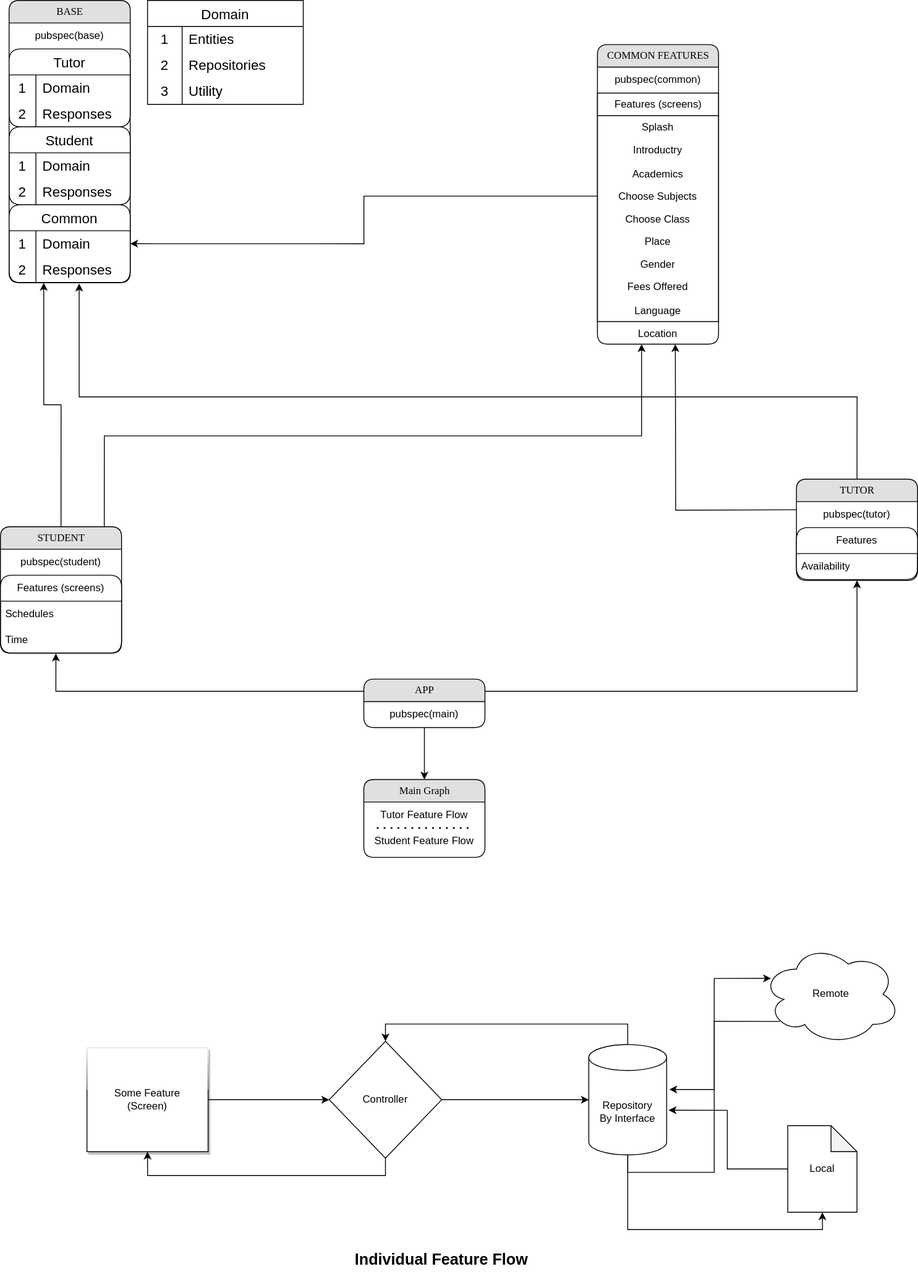
This is tutor_student_app_architechture.drawio.svg from rohit7823/web_socket_example, a draw.io export, as it was before one commit. Source tidied: cells renumbered, new cells last; positions are measured from the earlier drawing's top-left corner, leaving out a move shared by most shapes.
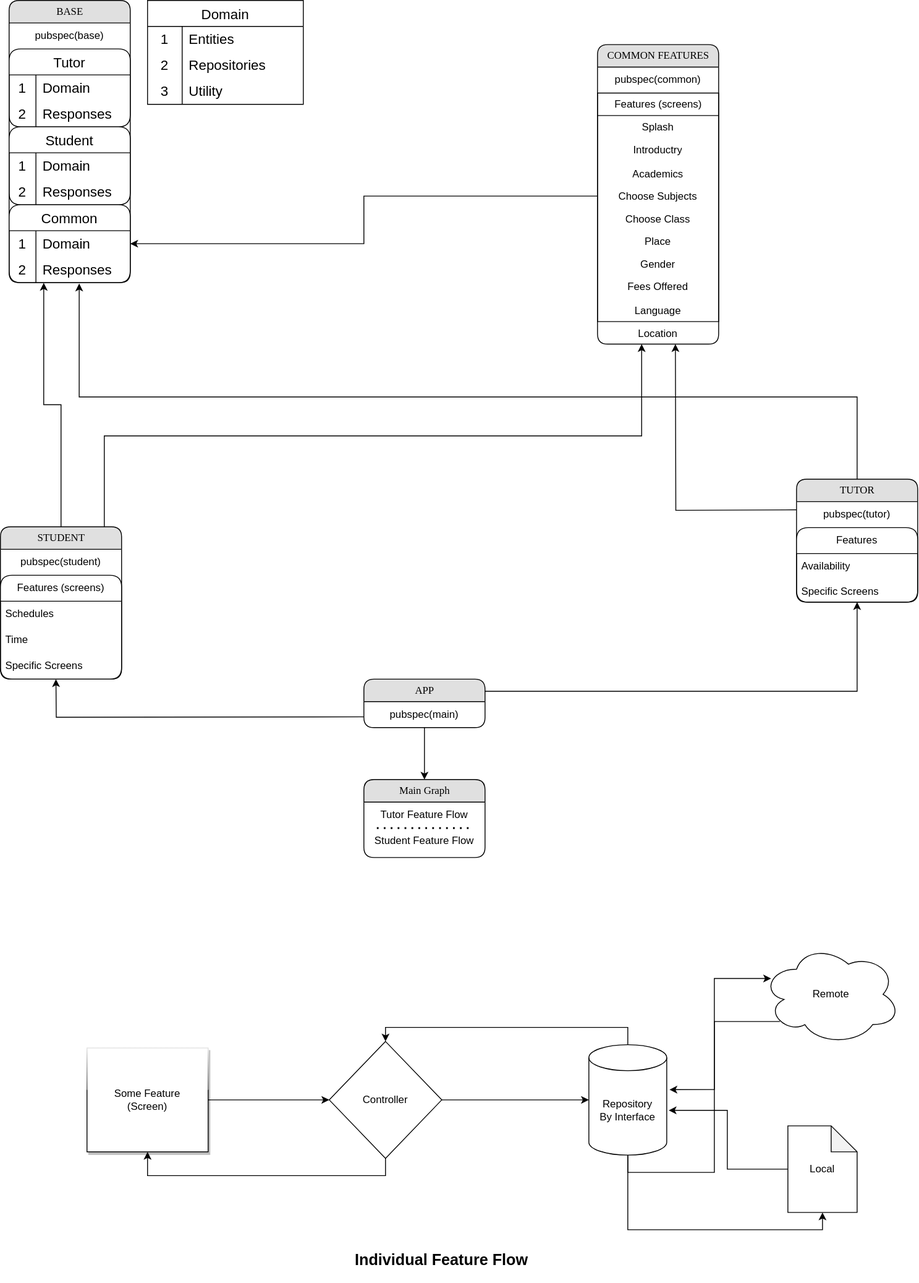
The same diagram one commit later.

Change to the diagram source:
```diff
@@ -33,13 +33,13 @@
       <mxGeometry relative="1" as="geometry" />
     </mxCell>
     <mxCell id="10" value="STUDENT" style="swimlane;html=1;fontStyle=0;horizontal=1;startSize=26;fillColor=#e0e0e0;swimlaneFillColor=#ffffff;align=center;rounded=1;shadow=0;comic=0;labelBackgroundColor=none;strokeWidth=1;fontFamily=Verdana;fontSize=12;" parent="1" vertex="1">
-      <mxGeometry y="608" width="140" height="146" as="geometry" />
+      <mxGeometry y="608" width="140" height="176" as="geometry" />
     </mxCell>
     <mxCell id="11" value="pubspec(student)" style="text;html=1;strokeColor=none;fillColor=none;align=center;verticalAlign=middle;whiteSpace=wrap;rounded=0;" parent="10" vertex="1">
       <mxGeometry y="26" width="140" height="30" as="geometry" />
     </mxCell>
     <mxCell id="12" value="Features (screens)" style="swimlane;fontStyle=0;horizontal=1;startSize=30;whiteSpace=wrap;html=1;rounded=1;" parent="10" vertex="1">
-      <mxGeometry y="56" width="140" height="90" as="geometry" />
+      <mxGeometry y="56" width="140" height="120" as="geometry" />
     </mxCell>
     <mxCell id="13" value="Schedules" style="text;strokeColor=none;fillColor=none;align=left;verticalAlign=middle;spacingLeft=4;spacingRight=4;overflow=hidden;whiteSpace=wrap;html=1;" parent="12" vertex="1">
       <mxGeometry y="30" width="140" height="30" as="geometry" />
@@ -47,6 +47,9 @@
     <mxCell id="14" value="Time" style="text;strokeColor=none;fillColor=none;align=left;verticalAlign=middle;spacingLeft=4;spacingRight=4;overflow=hidden;points=[[0,0.5],[1,0.5]];portConstraint=eastwest;whiteSpace=wrap;html=1;" parent="12" vertex="1">
       <mxGeometry y="60" width="140" height="30" as="geometry" />
     </mxCell>
+    <mxCell id="85" value="Specific Screens" style="text;strokeColor=none;fillColor=none;align=left;verticalAlign=middle;spacingLeft=4;spacingRight=4;overflow=hidden;whiteSpace=wrap;html=1;" parent="12" vertex="1">
+      <mxGeometry y="90" width="140" height="30" as="geometry" />
+    </mxCell>
     <mxCell id="15" value="COMMON FEATURES" style="swimlane;html=1;fontStyle=0;horizontal=1;startSize=26;fillColor=#e0e0e0;swimlaneFillColor=#ffffff;align=center;rounded=1;shadow=0;comic=0;labelBackgroundColor=none;strokeWidth=1;fontFamily=Verdana;fontSize=12;" parent="1" vertex="1">
       <mxGeometry x="690" y="51" width="140" height="346" as="geometry" />
     </mxCell>
@@ -98,17 +101,20 @@
       </mxGeometry>
     </mxCell>
     <mxCell id="29" value="TUTOR" style="swimlane;html=1;fontStyle=0;horizontal=1;startSize=26;fillColor=#e0e0e0;swimlaneFillColor=#ffffff;align=center;rounded=1;shadow=0;comic=0;labelBackgroundColor=none;strokeWidth=1;fontFamily=Verdana;fontSize=12;" parent="1" vertex="1">
-      <mxGeometry x="920" y="553" width="140" height="117" as="geometry" />
+      <mxGeometry x="920" y="553" width="140" height="142" as="geometry" />
     </mxCell>
     <mxCell id="30" value="pubspec(tutor)" style="text;html=1;strokeColor=none;fillColor=none;align=center;verticalAlign=middle;whiteSpace=wrap;rounded=0;" parent="29" vertex="1">
       <mxGeometry y="26" width="140" height="30" as="geometry" />
     </mxCell>
     <mxCell id="31" value="Features" style="swimlane;fontStyle=0;horizontal=1;startSize=30;whiteSpace=wrap;html=1;rounded=1;" parent="29" vertex="1">
-      <mxGeometry y="56" width="140" height="60" as="geometry" />
+      <mxGeometry y="56" width="140" height="86" as="geometry" />
     </mxCell>
     <mxCell id="32" value="Availability" style="text;strokeColor=none;fillColor=none;align=left;verticalAlign=middle;spacingLeft=4;spacingRight=4;overflow=hidden;whiteSpace=wrap;html=1;" parent="31" vertex="1">
       <mxGeometry y="30" width="140" height="30" as="geometry" />
     </mxCell>
+    <mxCell id="86" value="Specific Screens" style="text;strokeColor=none;fillColor=none;align=left;verticalAlign=top;spacingLeft=4;spacingRight=4;overflow=hidden;whiteSpace=wrap;html=1;" parent="31" vertex="1">
+      <mxGeometry y="60" width="140" height="26" as="geometry" />
+    </mxCell>
     <mxCell id="33" value="BASE" style="swimlane;html=1;fontStyle=0;horizontal=1;startSize=26;fillColor=#e0e0e0;swimlaneFillColor=#ffffff;align=center;rounded=1;shadow=0;comic=0;labelBackgroundColor=none;strokeWidth=1;fontFamily=Verdana;fontSize=12;" parent="1" vertex="1">
       <mxGeometry x="10" width="140" height="326" as="geometry" />
     </mxCell>
@@ -237,8 +243,11 @@
     <mxCell id="71" style="edgeStyle=orthogonalEdgeStyle;rounded=0;jettySize=auto;html=1;exitX=0.13;exitY=0.77;exitDx=0;exitDy=0;exitPerimeter=0;entryX=1.035;entryY=0.407;entryDx=0;entryDy=0;entryPerimeter=0;" parent="1" edge="1" source="67" target="66">
       <mxGeometry relative="1" as="geometry" />
     </mxCell>
-    <mxCell id="72" style="edgeStyle=orthogonalEdgeStyle;rounded=0;jettySize=auto;html=1;exitX=0;exitY=0.25;exitDx=0;exitDy=0;entryX=0.458;entryY=1.016;entryDx=0;entryDy=0;entryPerimeter=0;" parent="1" edge="1" source="3" target="14">
-      <mxGeometry relative="1" as="geometry" />
+    <mxCell id="72" style="edgeStyle=orthogonalEdgeStyle;rounded=0;orthogonalLoop=1;jettySize=auto;html=1;exitX=0;exitY=0.25;exitDx=0;exitDy=0;entryX=0.458;entryY=1.016;entryDx=0;entryDy=0;entryPerimeter=0;" parent="1" edge="1">
+      <mxGeometry relative="1" as="geometry">
+        <mxPoint x="420" y="827.5" as="sourcePoint" />
+        <mxPoint x="64.1" y="784" as="targetPoint" />
+      </mxGeometry>
     </mxCell>
     <mxCell id="73" style="edgeStyle=orthogonalEdgeStyle;rounded=0;jettySize=auto;html=1;exitX=0.5;exitY=1;exitDx=0;exitDy=0;exitPerimeter=0;entryX=0.5;entryY=1;entryDx=0;entryDy=0;entryPerimeter=0;" parent="1" edge="1" source="66" target="68">
       <mxGeometry relative="1" as="geometry" />
```
